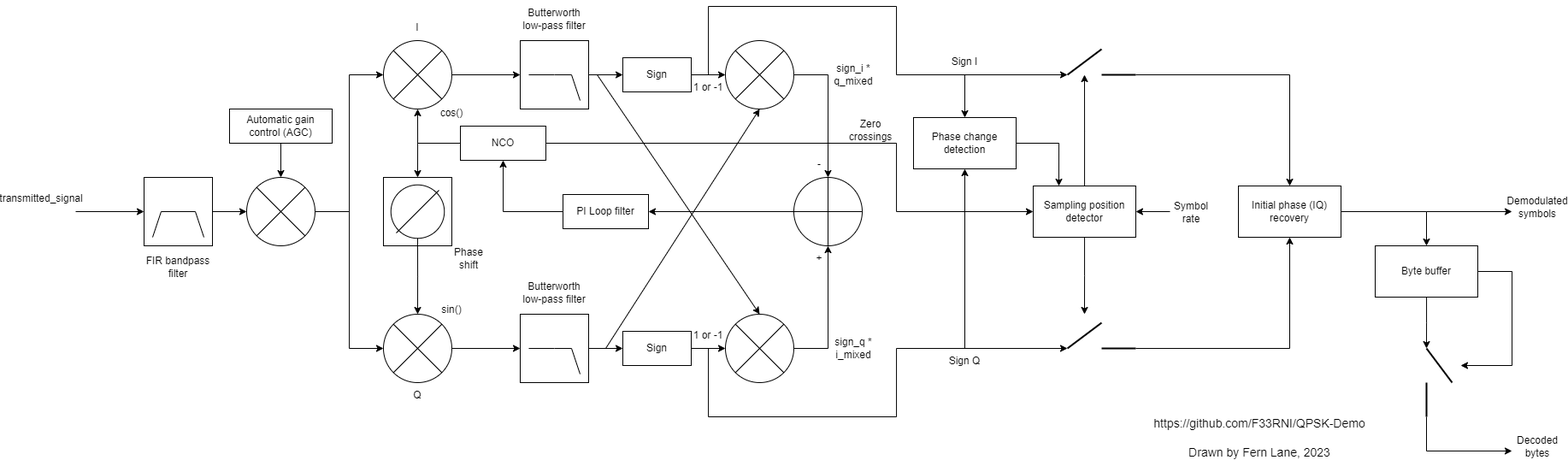
Before: drawio/demodulator.png, a diagram exported from draw.io (F33RNI/QPSK-Demo). Source tidied: cells renumbered, new cells last; positions are measured from the earlier drawing's top-left corner, leaving out a move shared by most shapes.
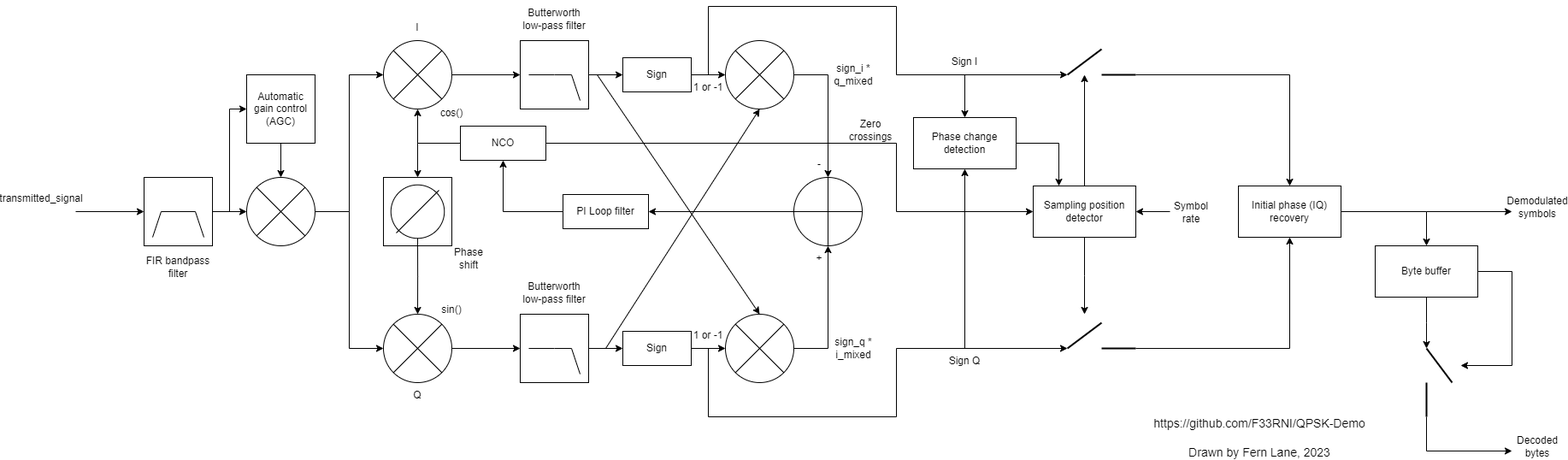
Later version of the same file.

Commit message:
Update demodulator block diagram

The edit, as a diff of the source:
```diff
@@ -74,7 +74,7 @@
       <mxGeometry relative="1" as="geometry" />
     </mxCell>
     <mxCell id="20" value="Automatic gain control (AGC)" style="rounded=0;whiteSpace=wrap;html=1;" parent="1" vertex="1">
-      <mxGeometry x="250" y="120" width="120" height="40" as="geometry" />
+      <mxGeometry x="270" y="80" width="80" height="80" as="geometry" />
     </mxCell>
     <mxCell id="21" style="edgeStyle=orthogonalEdgeStyle;rounded=0;jettySize=auto;html=1;entryX=0;entryY=0.5;entryDx=0;entryDy=0;strokeWidth=1;" parent="1" edge="1" source="22" target="36">
       <mxGeometry relative="1" as="geometry" />
@@ -396,5 +396,13 @@
     <mxCell id="96" value="https://github.com/F33RNI/QPSK-Demo&lt;br&gt;&lt;br&gt;Drawn by Fern Lane, 2023" style="text;html=1;strokeColor=none;fillColor=none;align=center;verticalAlign=middle;whiteSpace=wrap;rounded=0;strokeWidth=1;fontSize=14;fontStyle=0;" parent="1" vertex="1">
       <mxGeometry x="1320" y="490" width="270" height="30" as="geometry" />
     </mxCell>
+    <mxCell id="97" style="endArrow=classic;html=1;rounded=0;entryX=0;entryY=0.5;entryDx=0;entryDy=0;" parent="1" edge="1" target="20">
+      <mxGeometry relative="1" as="geometry">
+        <mxPoint x="250" y="240" as="sourcePoint" />
+        <Array as="points">
+          <mxPoint x="250" y="120" />
+        </Array>
+      </mxGeometry>
+    </mxCell>
   </root>
 </mxGraphModel>
```
